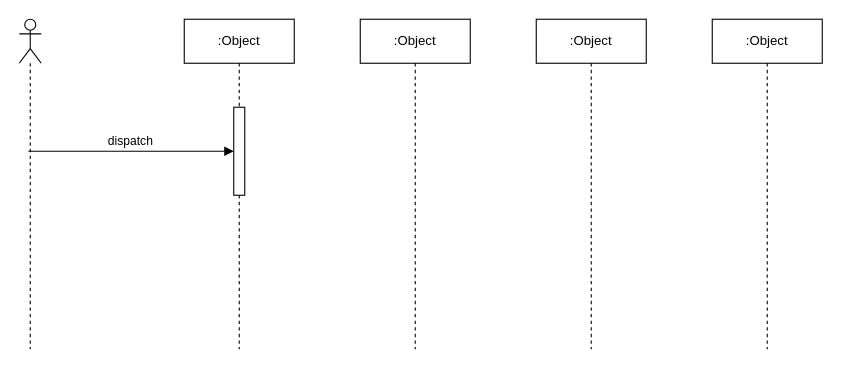
Before: GI-renweal-modification.drawio in ajeeshraj56/drawio, a draw.io diagram. Source tidied: cells renumbered, new cells numbered last; positions are measured from the earlier drawing's top-left corner, leaving out a move shared by most shapes. Both pictures are drawn from the tidied source at 110%, with x=0, y=0 at pixel (19, 19).
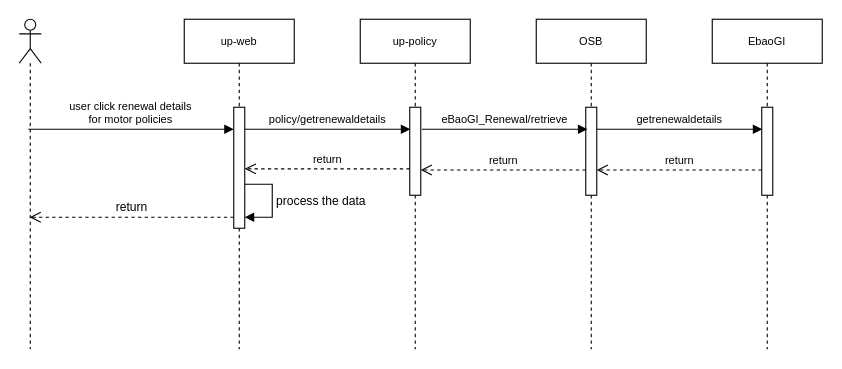
The same diagram, later.

What changed in the source:
```diff
@@
-    <mxCell id="2" style="shape=umlLifeline;perimeter=lifelinePerimeter;whiteSpace=wrap;html=1;newEdgeStyle={&quot;curved&quot;:0,&quot;rounded&quot;:0};participant=umlActor;" parent="1" vertex="1">
+    <mxCell id="2" style="shape=umlLifeline;perimeter=lifelinePerimeter;whiteSpace=wrap;html=1;newEdgeStyle={&quot;curved&quot;:0,&quot;rounded&quot;:0};participant=umlActor;fontSize=10;" parent="1" vertex="1">
       <mxGeometry width="20" height="300" as="geometry" />
     </mxCell>
-    <mxCell id="3" value=":Object" style="shape=umlLifeline;perimeter=lifelinePerimeter;whiteSpace=wrap;html=1;newEdgeStyle={&quot;curved&quot;:0,&quot;rounded&quot;:0};" parent="1" vertex="1">
+    <mxCell id="3" value="OSB" style="shape=umlLifeline;perimeter=lifelinePerimeter;whiteSpace=wrap;html=1;newEdgeStyle={&quot;curved&quot;:0,&quot;rounded&quot;:0};fontSize=10;" parent="1" vertex="1">
       <mxGeometry x="470" width="100" height="300" as="geometry" />
     </mxCell>
+    <mxCell id="9" style="html=1;perimeter=orthogonalPerimeter;targetShapes=umlLifeline;newEdgeStyle={&quot;curved&quot;:0,&quot;rounded&quot;:0};fontSize=10;" parent="3" vertex="1">
+      <mxGeometry x="45" y="80" width="10" height="80" as="geometry" />
+    </mxCell>
-    <mxCell id="4" value=":Object" style="shape=umlLifeline;perimeter=lifelinePerimeter;whiteSpace=wrap;html=1;newEdgeStyle={&quot;curved&quot;:0,&quot;rounded&quot;:0};" parent="1" vertex="1">
+    <mxCell id="4" value="EbaoGI" style="shape=umlLifeline;perimeter=lifelinePerimeter;whiteSpace=wrap;html=1;newEdgeStyle={&quot;curved&quot;:0,&quot;rounded&quot;:0};fontSize=10;" parent="1" vertex="1">
       <mxGeometry x="630" width="100" height="300" as="geometry" />
     </mxCell>
+    <mxCell id="10" style="html=1;perimeter=orthogonalPerimeter;targetShapes=umlLifeline;newEdgeStyle={&quot;curved&quot;:0,&quot;rounded&quot;:0};fontSize=10;" parent="4" vertex="1">
+      <mxGeometry x="45" y="80" width="10" height="80" as="geometry" />
+    </mxCell>
-    <mxCell id="5" value=":Object" style="shape=umlLifeline;perimeter=lifelinePerimeter;whiteSpace=wrap;html=1;newEdgeStyle={&quot;curved&quot;:0,&quot;rounded&quot;:0};" parent="1" vertex="1">
+    <mxCell id="5" value="up-web" style="shape=umlLifeline;perimeter=lifelinePerimeter;whiteSpace=wrap;html=1;newEdgeStyle={&quot;curved&quot;:0,&quot;rounded&quot;:0};fontSize=10;" parent="1" vertex="1">
       <mxGeometry x="150" width="100" height="300" as="geometry" />
     </mxCell>
-    <mxCell id="6" style="html=1;points=[[0,0,0,0,5],[0,1,0,0,-5],[1,0,0,0,5],[1,1,0,0,-5]];perimeter=orthogonalPerimeter;outlineConnect=0;targetShapes=umlLifeline;portConstraint=eastwest;newEdgeStyle={&quot;curved&quot;:0,&quot;rounded&quot;:0};" parent="5" vertex="1">
-      <mxGeometry x="45" y="80" width="10" height="80" as="geometry" />
+    <mxCell id="6" style="html=1;points=[[0,0,0,0,5],[0,1,0,0,-5],[1,0,0,0,5],[1,1,0,0,-5]];perimeter=orthogonalPerimeter;outlineConnect=0;targetShapes=umlLifeline;portConstraint=eastwest;newEdgeStyle={&quot;curved&quot;:0,&quot;rounded&quot;:0};fontSize=10;" parent="5" vertex="1">
+      <mxGeometry x="45" y="80" width="10" height="110" as="geometry" />
     </mxCell>
+    <mxCell id="11" value="process the data" style="html=1;align=left;spacingLeft=2;endArrow=block;rounded=0;edgeStyle=orthogonalEdgeStyle;curved=0;rounded=0;" parent="5" edge="1" source="6" target="6">
+      <mxGeometry relative="1" as="geometry">
+        <Array as="points">
+          <mxPoint x="80" y="150" />
+          <mxPoint x="80" y="180" />
+        </Array>
+      </mxGeometry>
+    </mxCell>
-    <mxCell id="7" value=":Object" style="shape=umlLifeline;perimeter=lifelinePerimeter;whiteSpace=wrap;html=1;newEdgeStyle={&quot;curved&quot;:0,&quot;rounded&quot;:0};" parent="1" vertex="1">
+    <mxCell id="7" value="up-policy" style="shape=umlLifeline;perimeter=lifelinePerimeter;whiteSpace=wrap;html=1;newEdgeStyle={&quot;curved&quot;:0,&quot;rounded&quot;:0};fontSize=10;" parent="1" vertex="1">
       <mxGeometry x="310" width="100" height="300" as="geometry" />
     </mxCell>
+    <mxCell id="12" style="html=1;perimeter=orthogonalPerimeter;targetShapes=umlLifeline;newEdgeStyle={&quot;curved&quot;:0,&quot;rounded&quot;:0};fontSize=10;" parent="7" vertex="1">
+      <mxGeometry x="45" y="80" width="10" height="80" as="geometry" />
+    </mxCell>
-    <mxCell id="8" value="dispatch" style="html=1;verticalAlign=bottom;endArrow=block;curved=0;rounded=0;" parent="1" edge="1" target="6">
+    <mxCell id="8" value="&lt;font style=&quot;font-size: 10px;&quot;&gt;user click renewal details&lt;br style=&quot;font-size: 10px;&quot;&gt;for motor policies&lt;/font&gt;" style="html=1;verticalAlign=bottom;endArrow=block;curved=0;rounded=0;fontSize=10;" parent="1" edge="1">
       <mxGeometry relative="1" as="geometry">
-        <mxPoint x="8.3" y="120" as="sourcePoint" />
+        <mxPoint x="8.3" y="100" as="sourcePoint" />
+        <mxPoint x="195" y="100" as="targetPoint" />
       </mxGeometry>
     </mxCell>
+    <mxCell id="13" value="policy/getrenewaldetails" style="html=1;verticalAlign=bottom;endArrow=block;curved=0;rounded=0;fontSize=10;" parent="1" edge="1" source="6">
+      <mxGeometry relative="1" as="geometry">
+        <mxPoint x="355.5" y="100" as="targetPoint" />
+      </mxGeometry>
+    </mxCell>
+    <mxCell id="14" value="eBaoGI_Renewal/retrieve" style="html=1;verticalAlign=bottom;endArrow=block;curved=0;rounded=0;fontSize=10;" parent="1" edge="1">
+      <mxGeometry relative="1" as="geometry">
+        <mxPoint x="366" y="100" as="sourcePoint" />
+        <mxPoint x="516.5" y="100" as="targetPoint" />
+      </mxGeometry>
+    </mxCell>
+    <mxCell id="15" value="getrenewaldetails" style="html=1;verticalAlign=bottom;endArrow=block;curved=0;rounded=0;fontSize=10;" parent="1" edge="1">
+      <mxGeometry relative="1" as="geometry">
+        <mxPoint x="525" y="100" as="sourcePoint" />
+        <mxPoint x="675.5" y="100" as="targetPoint" />
+      </mxGeometry>
+    </mxCell>
+    <mxCell id="16" value="return" style="html=1;verticalAlign=bottom;endArrow=open;dashed=1;endSize=8;curved=0;rounded=0;fontSize=10;" parent="1" edge="1">
+      <mxGeometry relative="1" as="geometry">
+        <mxPoint x="355" y="136" as="sourcePoint" />
+        <mxPoint x="205" y="136" as="targetPoint" />
+      </mxGeometry>
+    </mxCell>
+    <mxCell id="17" value="return" style="html=1;verticalAlign=bottom;endArrow=open;dashed=1;endSize=8;curved=0;rounded=0;fontSize=10;" parent="1" edge="1">
+      <mxGeometry relative="1" as="geometry">
+        <mxPoint x="515" y="137" as="sourcePoint" />
+        <mxPoint x="365" y="137" as="targetPoint" />
+      </mxGeometry>
+    </mxCell>
+    <mxCell id="18" value="return" style="html=1;verticalAlign=bottom;endArrow=open;dashed=1;endSize=8;curved=0;rounded=0;fontSize=10;" parent="1" edge="1">
+      <mxGeometry relative="1" as="geometry">
+        <mxPoint x="675" y="137" as="sourcePoint" />
+        <mxPoint x="525" y="137" as="targetPoint" />
+      </mxGeometry>
+    </mxCell>
+    <mxCell id="19" value="return" style="html=1;verticalAlign=bottom;endArrow=open;dashed=1;endSize=8;curved=0;rounded=0;" parent="1" edge="1">
+      <mxGeometry relative="1" as="geometry">
+        <mxPoint x="195" y="180" as="sourcePoint" />
+        <mxPoint x="9.5" y="180" as="targetPoint" />
+      </mxGeometry>
+    </mxCell>
```
